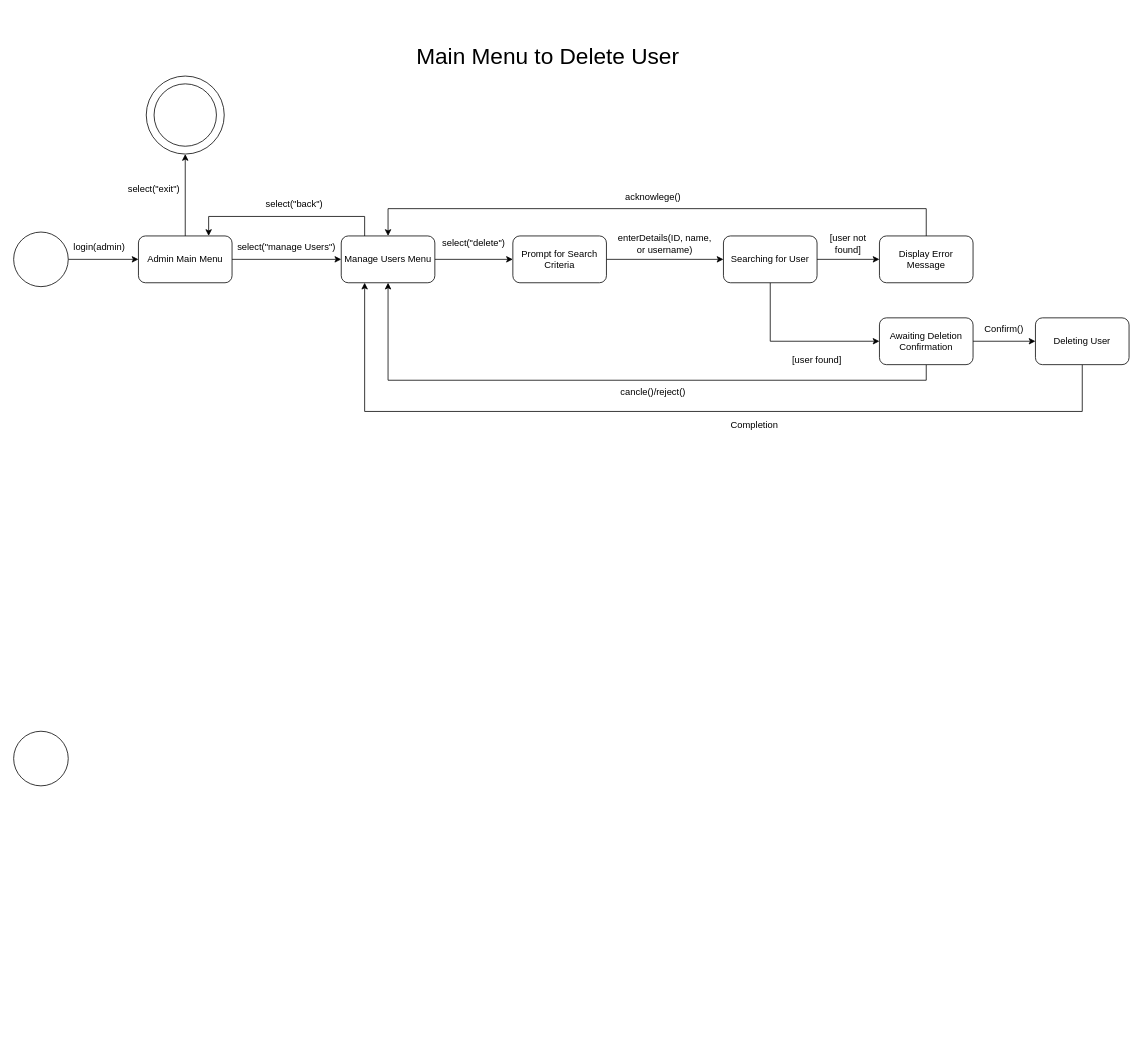
Before: diagrams/TicketMiner State Diagrams.drawio in LeonardoHernandez-uni/Project1_SP26, a draw.io diagram. Source tidied: cells renumbered, new cells numbered last; positions are measured from the earlier drawing's top-left corner, leaving out a move shared by most shapes. Both pictures are drawn from the tidied source at 78%, with x=0, y=0 at pixel (13, 13).
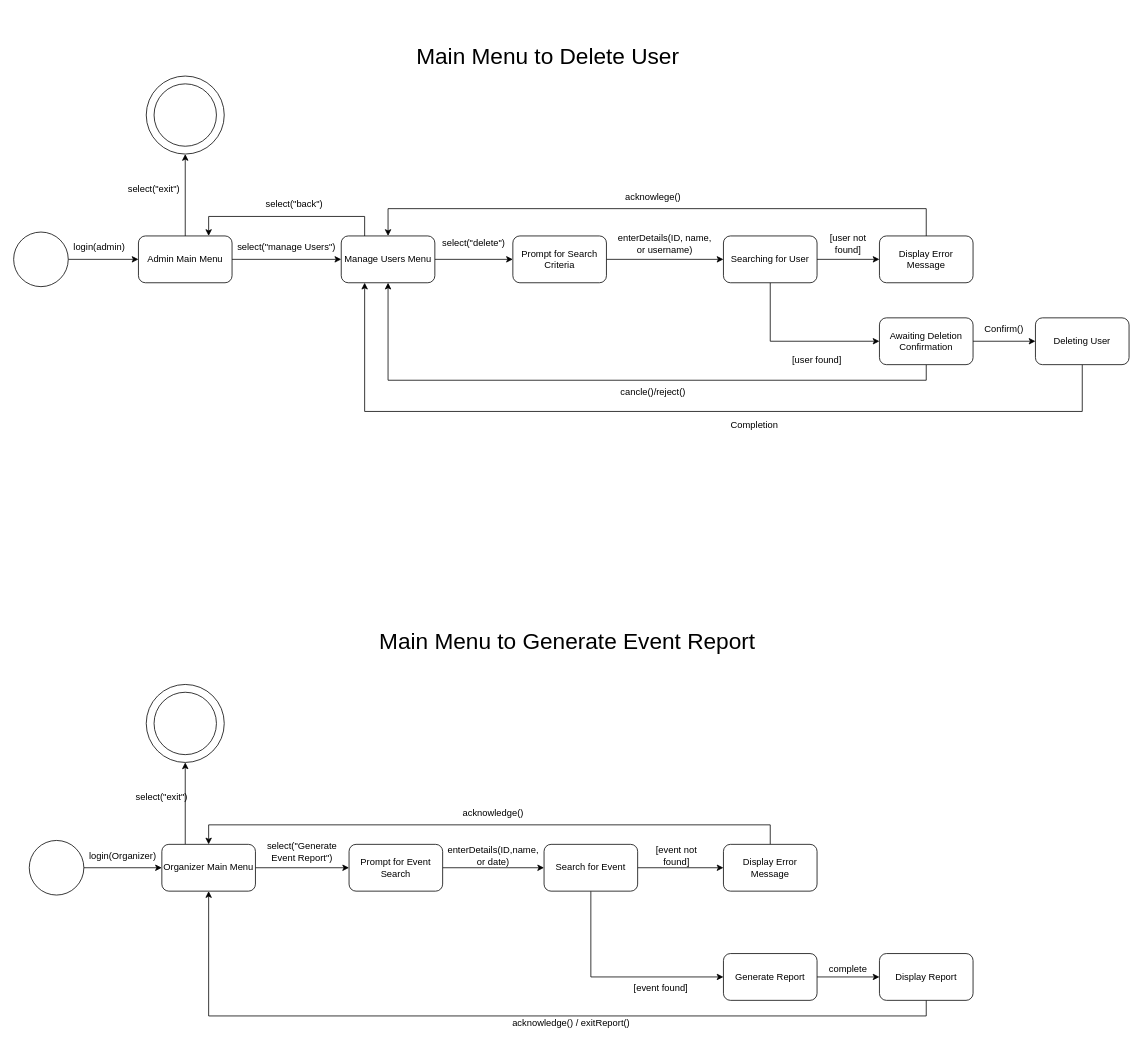
Above is the later version.

Commit message:
Main menu to generate event report added

Diff of the diagram source:
```diff
@@
+    <mxCell id="38" style="edgeStyle=orthogonalEdgeStyle;rounded=0;jettySize=auto;html=1;" parent="1" edge="1" source="37" target="41">
+      <mxGeometry relative="1" as="geometry" />
+    </mxCell>
     <mxCell id="37" style="ellipse;whiteSpace=wrap;html=1;" parent="1" vertex="1">
-      <mxGeometry y="920" width="70" height="70" as="geometry" />
+      <mxGeometry x="20" y="1060" width="70" height="70" as="geometry" />
     </mxCell>
+    <mxCell id="39" style="edgeStyle=orthogonalEdgeStyle;rounded=0;jettySize=auto;html=1;" parent="1" edge="1" source="41" target="44">
+      <mxGeometry relative="1" as="geometry" />
+    </mxCell>
+    <mxCell id="40" style="edgeStyle=orthogonalEdgeStyle;rounded=0;jettySize=auto;html=1;exitX=0.25;exitY=0;exitDx=0;exitDy=0;entryX=0.5;entryY=1;entryDx=0;entryDy=0;" parent="1" edge="1" source="41" target="62">
+      <mxGeometry relative="1" as="geometry" />
+    </mxCell>
+    <mxCell id="41" value="Organizer Main Menu" style="rounded=1;whiteSpace=wrap;html=1;" parent="1" vertex="1">
+      <mxGeometry x="190" y="1065" width="120" height="60" as="geometry" />
+    </mxCell>
+    <mxCell id="42" value="login(Organizer)" style="text;html=1;whiteSpace=wrap;strokeColor=none;fillColor=none;align=center;verticalAlign=middle;rounded=0;" parent="1" vertex="1">
+      <mxGeometry x="110" y="1065" width="60" height="30" as="geometry" />
+    </mxCell>
+    <mxCell id="43" style="edgeStyle=orthogonalEdgeStyle;rounded=0;jettySize=auto;html=1;" parent="1" edge="1" source="44" target="48">
+      <mxGeometry relative="1" as="geometry" />
+    </mxCell>
+    <mxCell id="44" value="Prompt for Event Search" style="whiteSpace=wrap;html=1;rounded=1;" parent="1" vertex="1">
+      <mxGeometry x="430" y="1065" width="120" height="60" as="geometry" />
+    </mxCell>
+    <mxCell id="45" value="select(&quot;Generate Event Report&quot;)" style="text;html=1;whiteSpace=wrap;strokeColor=none;fillColor=none;align=center;verticalAlign=middle;rounded=0;" parent="1" vertex="1">
+      <mxGeometry x="315" y="1060" width="110" height="30" as="geometry" />
+    </mxCell>
+    <mxCell id="46" style="edgeStyle=orthogonalEdgeStyle;rounded=0;jettySize=auto;html=1;" parent="1" edge="1" source="48" target="51">
+      <mxGeometry relative="1" as="geometry" />
+    </mxCell>
+    <mxCell id="47" style="edgeStyle=orthogonalEdgeStyle;rounded=0;jettySize=auto;html=1;exitX=0.5;exitY=1;exitDx=0;exitDy=0;entryX=0;entryY=0.5;entryDx=0;entryDy=0;" parent="1" edge="1" source="48" target="54">
+      <mxGeometry relative="1" as="geometry" />
+    </mxCell>
+    <mxCell id="48" value="Search for Event" style="whiteSpace=wrap;html=1;rounded=1;" parent="1" vertex="1">
+      <mxGeometry x="680" y="1065" width="120" height="60" as="geometry" />
+    </mxCell>
+    <mxCell id="49" value="enterDetails(ID,name, or date)" style="text;html=1;whiteSpace=wrap;strokeColor=none;fillColor=none;align=center;verticalAlign=middle;rounded=0;" parent="1" vertex="1">
+      <mxGeometry x="570" y="1065" width="90" height="30" as="geometry" />
+    </mxCell>
+    <mxCell id="50" style="edgeStyle=orthogonalEdgeStyle;rounded=0;jettySize=auto;html=1;exitX=0.5;exitY=0;exitDx=0;exitDy=0;entryX=0.5;entryY=0;entryDx=0;entryDy=0;" parent="1" edge="1" source="51" target="41">
+      <mxGeometry relative="1" as="geometry">
+        <Array as="points">
+          <mxPoint x="970" y="1040" />
+          <mxPoint x="250" y="1040" />
+        </Array>
+      </mxGeometry>
+    </mxCell>
+    <mxCell id="51" value="Display Error Message" style="whiteSpace=wrap;html=1;rounded=1;" parent="1" vertex="1">
+      <mxGeometry x="910" y="1065" width="120" height="60" as="geometry" />
+    </mxCell>
+    <mxCell id="52" value="[event not found]" style="text;html=1;whiteSpace=wrap;strokeColor=none;fillColor=none;align=center;verticalAlign=middle;rounded=0;" parent="1" vertex="1">
+      <mxGeometry x="820" y="1065" width="60" height="30" as="geometry" />
+    </mxCell>
+    <mxCell id="53" style="edgeStyle=orthogonalEdgeStyle;rounded=0;jettySize=auto;html=1;" parent="1" edge="1" source="54" target="58">
+      <mxGeometry relative="1" as="geometry" />
+    </mxCell>
+    <mxCell id="54" value="Generate Report" style="whiteSpace=wrap;html=1;rounded=1;" parent="1" vertex="1">
+      <mxGeometry x="910" y="1205" width="120" height="60" as="geometry" />
+    </mxCell>
+    <mxCell id="55" value="[event found]" style="text;html=1;whiteSpace=wrap;strokeColor=none;fillColor=none;align=center;verticalAlign=middle;rounded=0;" parent="1" vertex="1">
+      <mxGeometry x="790" y="1235" width="80" height="30" as="geometry" />
+    </mxCell>
+    <mxCell id="56" value="acknowledge()" style="text;html=1;whiteSpace=wrap;strokeColor=none;fillColor=none;align=center;verticalAlign=middle;rounded=0;" parent="1" vertex="1">
+      <mxGeometry x="585" y="1010" width="60" height="30" as="geometry" />
+    </mxCell>
+    <mxCell id="57" style="edgeStyle=orthogonalEdgeStyle;rounded=0;jettySize=auto;html=1;exitX=0.5;exitY=1;exitDx=0;exitDy=0;entryX=0.5;entryY=1;entryDx=0;entryDy=0;" parent="1" edge="1" source="58" target="41">
+      <mxGeometry relative="1" as="geometry" />
+    </mxCell>
+    <mxCell id="58" value="Display Report" style="whiteSpace=wrap;html=1;rounded=1;" parent="1" vertex="1">
+      <mxGeometry x="1110" y="1205" width="120" height="60" as="geometry" />
+    </mxCell>
+    <mxCell id="59" value="complete" style="text;html=1;whiteSpace=wrap;strokeColor=none;fillColor=none;align=center;verticalAlign=middle;rounded=0;" parent="1" vertex="1">
+      <mxGeometry x="1040" y="1210" width="60" height="30" as="geometry" />
+    </mxCell>
+    <mxCell id="60" value="acknowledge() / exitReport()" style="text;html=1;whiteSpace=wrap;strokeColor=none;fillColor=none;align=center;verticalAlign=middle;rounded=0;" parent="1" vertex="1">
+      <mxGeometry x="630" y="1280" width="170" height="30" as="geometry" />
+    </mxCell>
+    <mxCell id="61" style="ellipse;whiteSpace=wrap;html=1;" parent="1" vertex="1">
+      <mxGeometry x="180" y="870" width="80" height="80" as="geometry" />
+    </mxCell>
+    <mxCell id="62" style="ellipse;whiteSpace=wrap;html=1;fillColor=none;" parent="1" vertex="1">
+      <mxGeometry x="170" y="860" width="100" height="100" as="geometry" />
+    </mxCell>
+    <mxCell id="63" value="select(&quot;exit&quot;)" style="text;html=1;whiteSpace=wrap;strokeColor=none;fillColor=none;align=center;verticalAlign=middle;rounded=0;" parent="1" vertex="1">
+      <mxGeometry x="160" y="990" width="60" height="30" as="geometry" />
+    </mxCell>
+    <mxCell id="64" value="&lt;font style=&quot;font-size: 29px;&quot;&gt;Main Menu to Generate Event Report&lt;/font&gt;" style="text;html=1;whiteSpace=wrap;strokeColor=none;fillColor=none;align=center;verticalAlign=middle;rounded=0;" parent="1" vertex="1">
+      <mxGeometry x="450" y="750" width="520" height="110" as="geometry" />
+    </mxCell>
```
